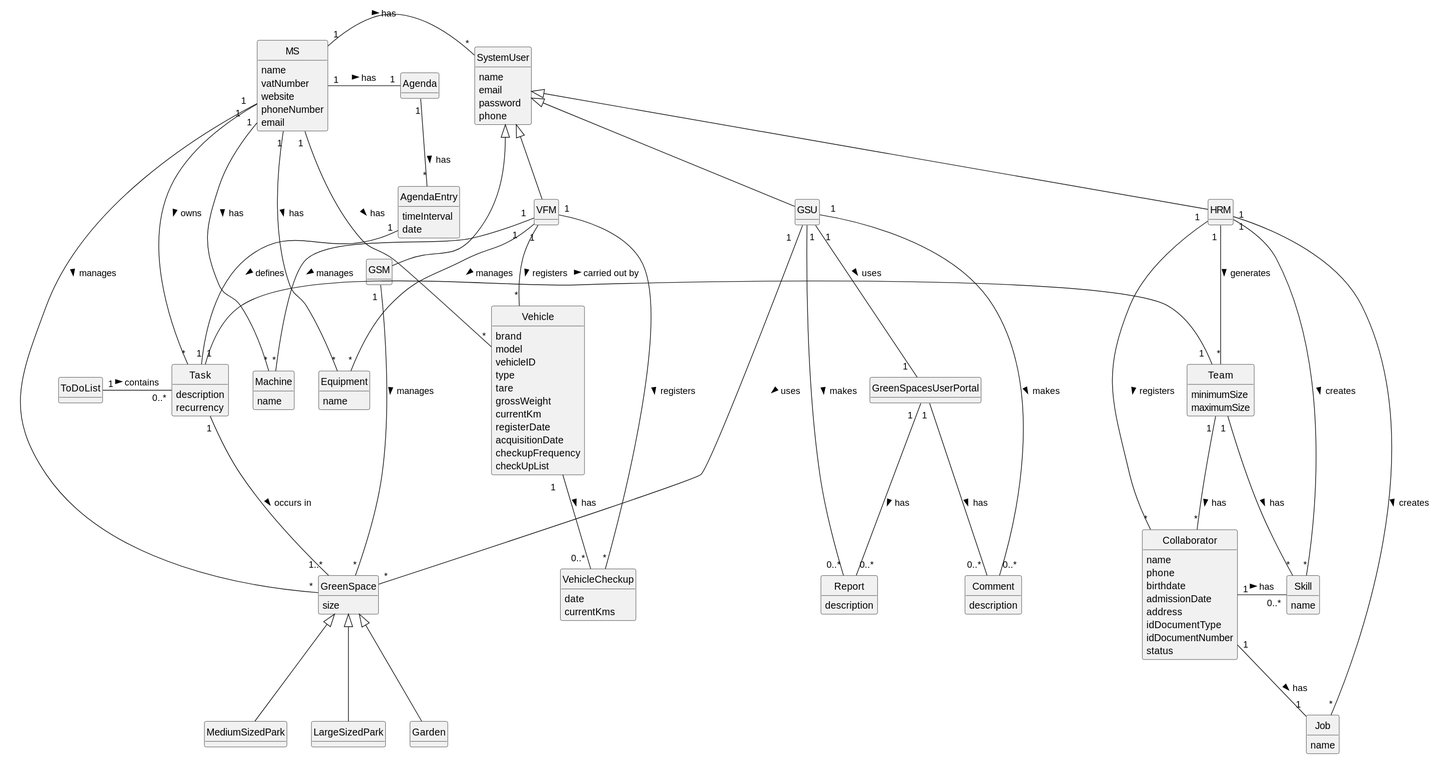
The PlantUML diagram docs/sprintC/global-artifacts/02.analysis/svg/project-domain-model.svg in Departamento-de-Engenharia-Informatica/lei-24-s2-1do-g164, before a commit.
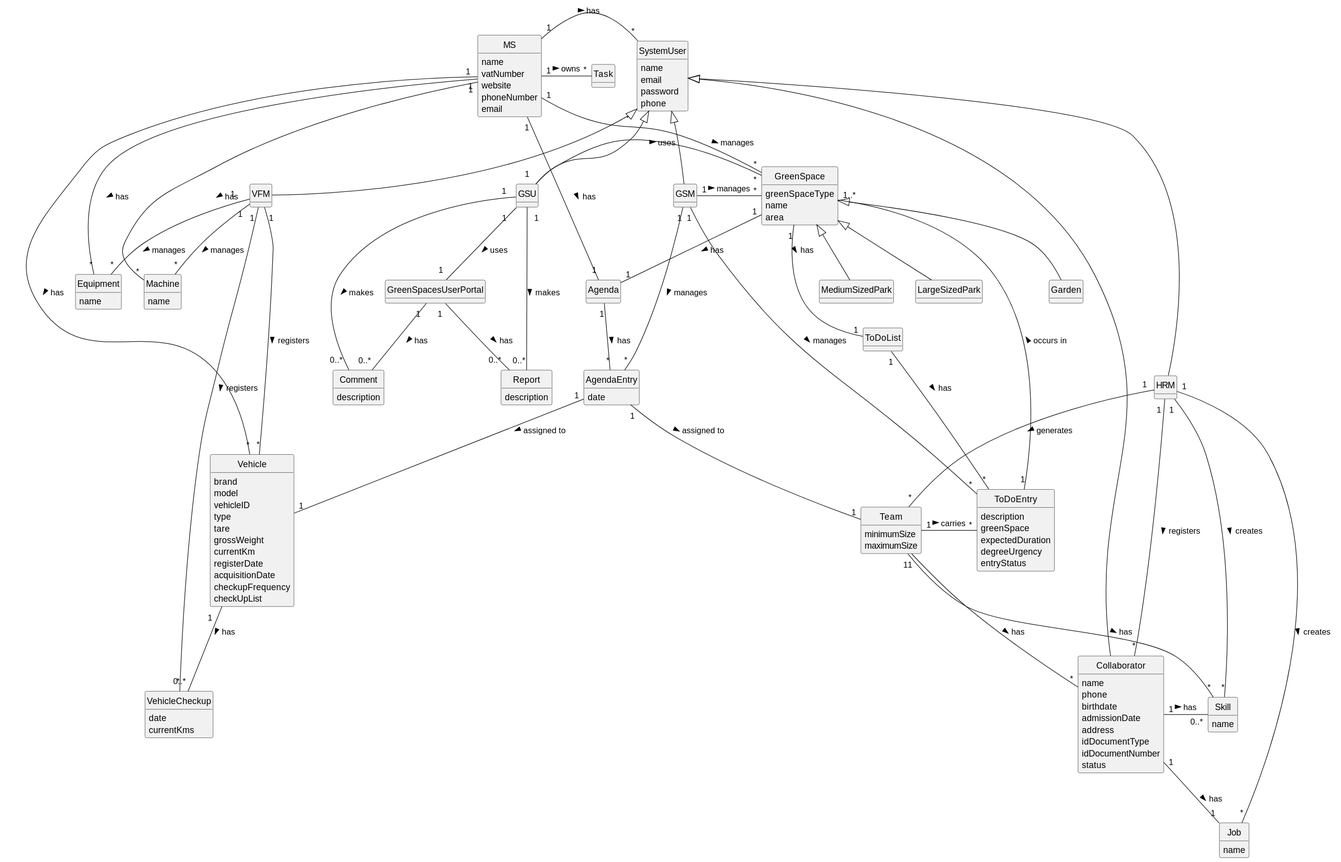
Above is the later version.

Commit message:
(docs): small corrections in domain models

Diff of the diagram source:
```diff
@@ -18,7 +18,9 @@
 }
 
 class GreenSpace {
-    size
+    greenSpaceType
+    name
+    area
 }
 
 class Garden
@@ -65,10 +67,7 @@
     name
 }
 
-class Task {
-    description
-    recurrency
-}
+
 
 class VehicleCheckup {
 
@@ -102,7 +101,7 @@
 }
 
 class AgendaEntry {
-    timeInterval
+
     date
 }
 
@@ -123,6 +122,14 @@
 }
 
 
+class ToDoEntry{
+    description
+         greenSpace
+         expectedDuration
+         degreeUrgency
+         entryStatus
+}
+
 SystemUser <|-- HRM
 SystemUser <|-- VFM
 SystemUser <|-- GSM
@@ -132,10 +139,9 @@
 GreenSpace <|-- MediumSizedPark
 GreenSpace <|-- LargeSizedPark
 
-Task "1" -- "1..*" GreenSpace : occurs in >
+ToDoEntry "1" -- "1..*" GreenSpace : occurs in >
 
 Agenda "1" -- "*" AgendaEntry : has >
-AgendaEntry "1" -- "1" Task : defines >
 
 
 VFM " 1" -- "*" Vehicle : registers >
@@ -155,8 +161,10 @@
 MS "1 " - "*" Vehicle : has >
 MS "1" - "*" Equipment : has >
 
-Task "1" - "1  " Team:   carried out by   >
-ToDoList "1" - "0..*" Task: contains >
+
+
+Team "1" - "*" ToDoEntry:   carries  >
+
 
 HRM "1 " -- "*" Collaborator : registers >
 HRM "1 " -- "*" Job : creates >
@@ -170,4 +178,12 @@
 GSU"1   " - "*" GreenSpace: uses >
 GSM "1 " - "*" GreenSpace: manages >
 Team "1 " -- "*" Skill: has >
+ToDoList "1" -- "*" ToDoEntry: has >
+GreenSpace"1" -- "1" ToDoList: has >
+GreenSpace"1" -- "1" Agenda: has >
+AgendaEntry"1"-- "1" Team: assigned to >
+AgendaEntry"1"-- "1" Vehicle: assigned to >
+GSM "1" -- "*" AgendaEntry: manages >
+GSM "1" -- "*" ToDoEntry: manages >
+Collaborator -|> SystemUser
 @enduml
```
